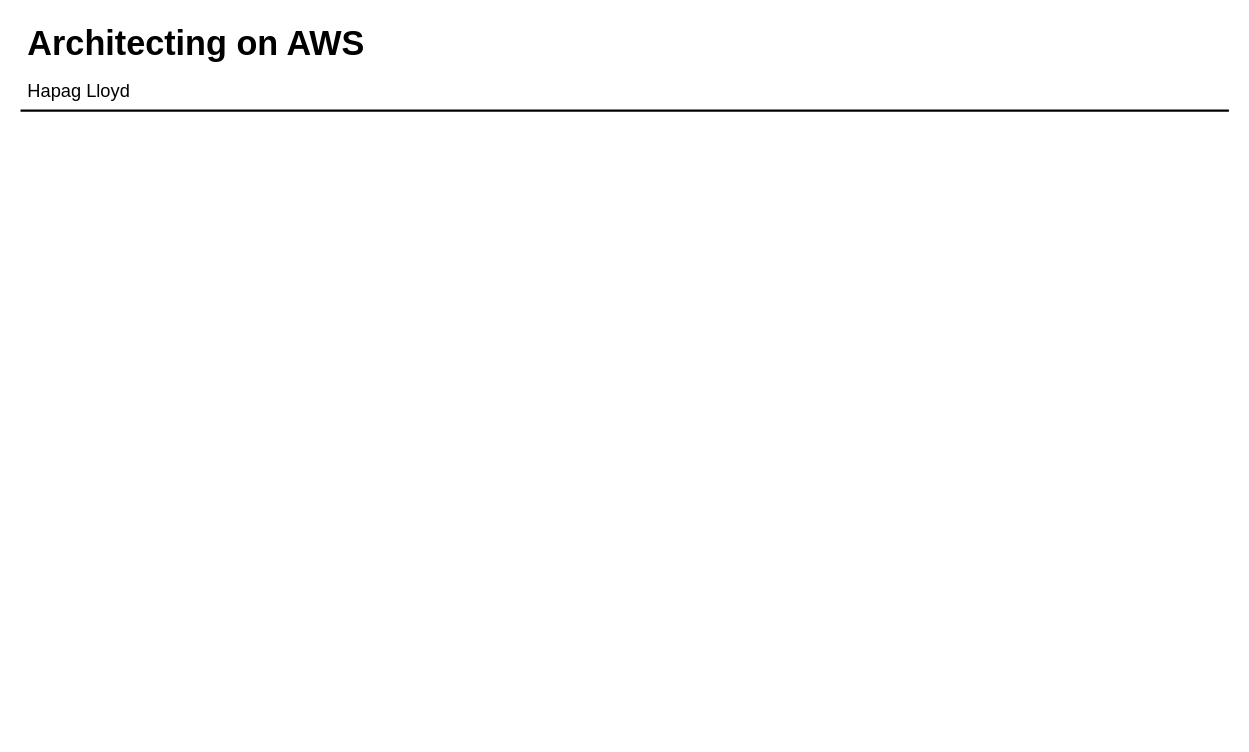
taupoali/awsdiagrams keeps this draw.io diagram as page "Copy of Copy of Page-2" (3 of 11) of HapagLloyd.drawio. Above is the earlier version. Source tidied: cells renumbered, new cells numbered last; positions are measured from the earlier drawing's top-left corner, leaving out a move shared by most shapes. Both pictures are drawn from the tidied source at 114%, with x=0, y=0 at pixel (19, 18).
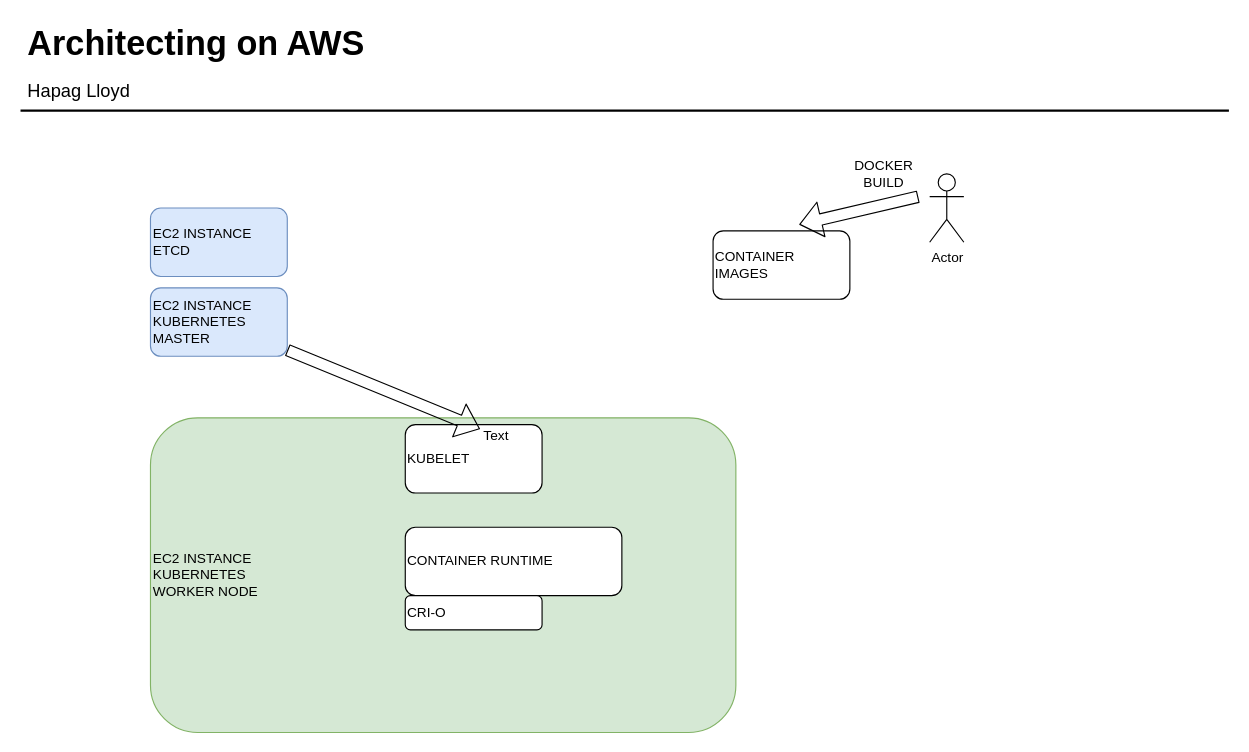
The same page after the edit.

Diff of the diagram source:
```diff
@@
 <mxGraphModel>
   <root>
     <mxCell id="0" />
     <mxCell id="1" parent="0" />
     <mxCell id="2" value="Architecting on AWS" style="text;html=1;align=left;verticalAlign=top;spacingTop=-4;fontSize=30;fontStyle=1;" parent="1" vertex="1">
       <mxGeometry x="4.5" y="0.5" width="310" height="40" as="geometry" />
     </mxCell>
     <mxCell id="3" value="Hapag Lloyd" style="text;html=1;align=left;verticalAlign=top;spacingTop=-4;fontSize=16;" parent="1" vertex="1">
       <mxGeometry x="4.5" y="50.5" width="110" height="20" as="geometry" />
     </mxCell>
     <mxCell id="4" style="line;strokeWidth=2;html=1;fontSize=14;" parent="1" vertex="1">
       <mxGeometry x="0.5" y="75.5" width="1060" height="10" as="geometry" />
     </mxCell>
+    <mxCell id="5" value="EC2 INSTANCE&lt;br&gt;ETCD" style="rounded=1;whiteSpace=wrap;html=1;align=left;fillColor=#dae8fc;strokeColor=#6c8ebf;" parent="1" vertex="1">
+      <mxGeometry x="114.5" y="166" width="120" height="60" as="geometry" />
+    </mxCell>
+    <mxCell id="6" value="EC2 INSTANCE&lt;br&gt;KUBERNETES&lt;br&gt;WORKER NODE&lt;br&gt;" style="rounded=1;whiteSpace=wrap;html=1;align=left;fillColor=#d5e8d4;strokeColor=#82b366;" parent="1" vertex="1">
+      <mxGeometry x="114.5" y="350" width="513.5" height="276" as="geometry" />
+    </mxCell>
+    <mxCell id="7" value="EC2 INSTANCE&lt;br&gt;KUBERNETES MASTER" style="rounded=1;whiteSpace=wrap;html=1;align=left;fillColor=#dae8fc;strokeColor=#6c8ebf;" parent="1" vertex="1">
+      <mxGeometry x="114.5" y="236" width="120" height="60" as="geometry" />
+    </mxCell>
+    <mxCell id="8" value="KUBELET" style="rounded=1;whiteSpace=wrap;html=1;align=left;" parent="1" vertex="1">
+      <mxGeometry x="338" y="356" width="120" height="60" as="geometry" />
+    </mxCell>
+    <mxCell id="9" style="shape=flexArrow;endArrow=classic;html=1;entryX=0.546;entryY=0.062;entryDx=0;entryDy=0;entryPerimeter=0;" parent="1" edge="1" source="7" target="8">
+      <mxGeometry relative="1" as="geometry" />
+    </mxCell>
+    <mxCell id="10" value="CONTAINER RUNTIME&amp;nbsp;&lt;br&gt;" style="rounded=1;whiteSpace=wrap;html=1;align=left;" parent="1" vertex="1">
+      <mxGeometry x="338" y="446" width="190" height="60" as="geometry" />
+    </mxCell>
+    <mxCell id="11" value="CONTAINER IMAGES" style="rounded=1;whiteSpace=wrap;html=1;align=left;" parent="1" vertex="1">
+      <mxGeometry x="608" y="186" width="120" height="60" as="geometry" />
+    </mxCell>
+    <mxCell id="12" value="Text" style="text;html=1;strokeColor=none;fillColor=none;align=center;verticalAlign=middle;whiteSpace=wrap;rounded=0;" parent="1" vertex="1">
+      <mxGeometry x="398" y="356" width="40" height="20" as="geometry" />
+    </mxCell>
+    <mxCell id="13" value="Actor" style="shape=umlActor;verticalLabelPosition=bottom;verticalAlign=top;html=1;align=left;" parent="1" vertex="1">
+      <mxGeometry x="798" y="136" width="30" height="60" as="geometry" />
+    </mxCell>
+    <mxCell id="14" style="shape=flexArrow;endArrow=classic;html=1;entryX=0.63;entryY=-0.093;entryDx=0;entryDy=0;entryPerimeter=0;" parent="1" edge="1" target="11">
+      <mxGeometry relative="1" as="geometry">
+        <mxPoint x="788" y="156" as="sourcePoint" />
+      </mxGeometry>
+    </mxCell>
+    <mxCell id="15" value="DOCKER BUILD" style="text;html=1;strokeColor=none;fillColor=none;align=center;verticalAlign=middle;whiteSpace=wrap;rounded=0;" parent="1" vertex="1">
+      <mxGeometry x="738" y="126" width="40" height="20" as="geometry" />
+    </mxCell>
+    <mxCell id="16" value="CRI-O" style="rounded=1;whiteSpace=wrap;html=1;align=left;" parent="1" vertex="1">
+      <mxGeometry x="338" y="506" width="120" height="30" as="geometry" />
+    </mxCell>
   </root>
 </mxGraphModel>
```
